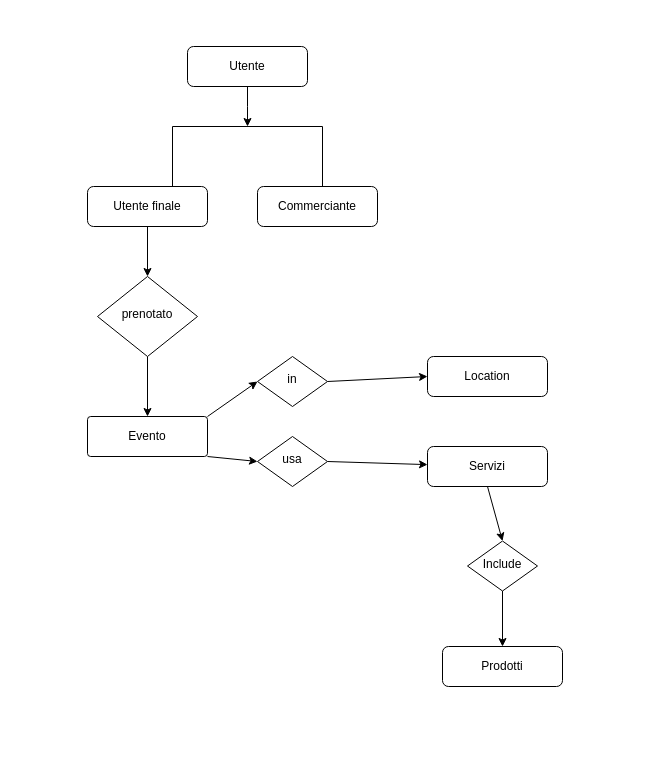
This is Untitled Diagram.drawio from denrotaru23/Elaborato-Esame-di-Stato-2021, a draw.io file, before an edit. Source tidied: cells renumbered, new cells numbered last; positions are measured from the earlier drawing's top-left corner, leaving out a move shared by most shapes. Both pictures are drawn from the tidied source at 100%, with x=0, y=0 at pixel (87, 46).
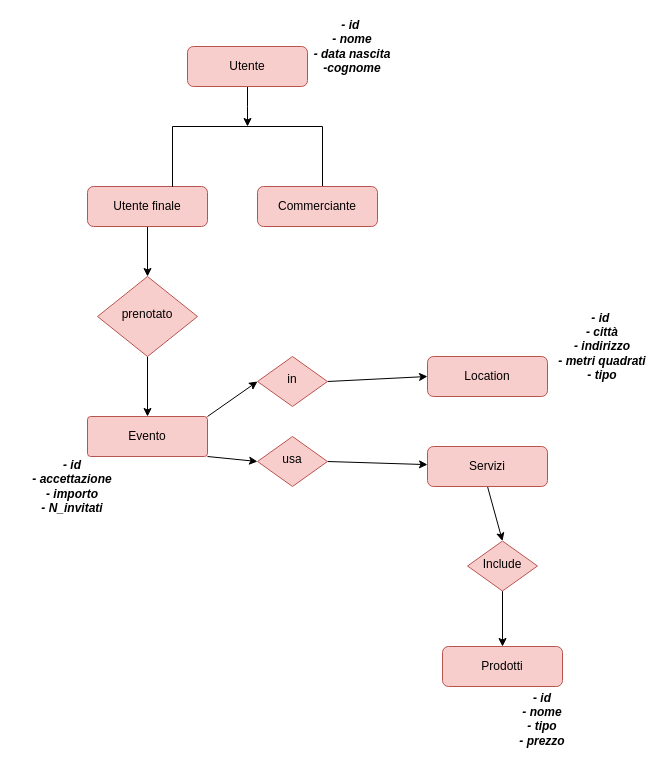
After the change.

Change to the diagram source:
```diff
@@
-    <mxCell id="3" value="Utente" style="rounded=1;whiteSpace=wrap;html=1;fontSize=12;glass=0;strokeWidth=1;shadow=0;" parent="1" vertex="1">
+    <mxCell id="3" value="Utente" style="rounded=1;whiteSpace=wrap;html=1;fontSize=12;glass=0;strokeWidth=1;shadow=0;fillColor=#f8cecc;strokeColor=#b85450;" parent="1" vertex="1">
       <mxGeometry x="100" width="120" height="40" as="geometry" />
     </mxCell>
@@
-    <mxCell id="5" value="in" style="rhombus;whiteSpace=wrap;html=1;shadow=0;fontFamily=Helvetica;fontSize=12;align=center;strokeWidth=1;spacing=6;spacingTop=-4;" parent="1" vertex="1">
+    <mxCell id="5" value="in" style="rhombus;whiteSpace=wrap;html=1;shadow=0;fontFamily=Helvetica;fontSize=12;align=center;strokeWidth=1;spacing=6;spacingTop=-4;fillColor=#f8cecc;strokeColor=#b85450;" parent="1" vertex="1">
       <mxGeometry x="170" y="310" width="70" height="50" as="geometry" />
     </mxCell>
@@
-    <mxCell id="7" value="Utente finale" style="rounded=1;whiteSpace=wrap;html=1;fontSize=12;glass=0;strokeWidth=1;shadow=0;" parent="1" vertex="1">
+    <mxCell id="7" value="Utente finale" style="rounded=1;whiteSpace=wrap;html=1;fontSize=12;glass=0;strokeWidth=1;shadow=0;fillColor=#f8cecc;strokeColor=#b85450;" parent="1" vertex="1">
       <mxGeometry y="140" width="120" height="40" as="geometry" />
     </mxCell>
@@
-    <mxCell id="9" value="prenotato" style="rhombus;whiteSpace=wrap;html=1;shadow=0;fontFamily=Helvetica;fontSize=12;align=center;strokeWidth=1;spacing=6;spacingTop=-4;" parent="1" vertex="1">
+    <mxCell id="9" value="prenotato" style="rhombus;whiteSpace=wrap;html=1;shadow=0;fontFamily=Helvetica;fontSize=12;align=center;strokeWidth=1;spacing=6;spacingTop=-4;fillColor=#f8cecc;strokeColor=#b85450;" parent="1" vertex="1">
       <mxGeometry x="10" y="230" width="100" height="80" as="geometry" />
     </mxCell>
@@
-    <mxCell id="12" value="Evento" style="rounded=1;whiteSpace=wrap;html=1;fontSize=12;glass=0;strokeWidth=1;shadow=0;arcSize=8;" parent="1" vertex="1">
+    <mxCell id="12" value="Evento" style="rounded=1;whiteSpace=wrap;html=1;fontSize=12;glass=0;strokeWidth=1;shadow=0;arcSize=8;fillColor=#f8cecc;strokeColor=#b85450;" parent="1" vertex="1">
       <mxGeometry y="370" width="120" height="40" as="geometry" />
     </mxCell>
-    <mxCell id="13" value="Location" style="rounded=1;whiteSpace=wrap;html=1;fontSize=12;glass=0;strokeWidth=1;shadow=0;" parent="1" vertex="1">
+    <mxCell id="13" value="Location" style="rounded=1;whiteSpace=wrap;html=1;fontSize=12;glass=0;strokeWidth=1;shadow=0;fillColor=#f8cecc;strokeColor=#b85450;" parent="1" vertex="1">
       <mxGeometry x="340" y="310" width="120" height="40" as="geometry" />
     </mxCell>
@@
-    <mxCell id="15" value="Commerciante" style="rounded=1;whiteSpace=wrap;html=1;fontSize=12;glass=0;strokeWidth=1;shadow=0;" parent="1" vertex="1">
+    <mxCell id="15" value="Commerciante" style="rounded=1;whiteSpace=wrap;html=1;fontSize=12;glass=0;strokeWidth=1;shadow=0;fillColor=#f8cecc;strokeColor=#b85450;" parent="1" vertex="1">
       <mxGeometry x="170" y="140" width="120" height="40" as="geometry" />
     </mxCell>
@@
-    <mxCell id="17" value="usa" style="rhombus;whiteSpace=wrap;html=1;shadow=0;fontFamily=Helvetica;fontSize=12;align=center;strokeWidth=1;spacing=6;spacingTop=-4;" parent="1" vertex="1">
+    <mxCell id="17" value="usa" style="rhombus;whiteSpace=wrap;html=1;shadow=0;fontFamily=Helvetica;fontSize=12;align=center;strokeWidth=1;spacing=6;spacingTop=-4;fillColor=#f8cecc;strokeColor=#b85450;" parent="1" vertex="1">
       <mxGeometry x="170" y="390" width="70" height="50" as="geometry" />
     </mxCell>
@@
-    <mxCell id="19" value="Servizi" style="rounded=1;whiteSpace=wrap;html=1;fontSize=12;glass=0;strokeWidth=1;shadow=0;" parent="1" vertex="1">
+    <mxCell id="19" value="Servizi" style="rounded=1;whiteSpace=wrap;html=1;fontSize=12;glass=0;strokeWidth=1;shadow=0;fillColor=#f8cecc;strokeColor=#b85450;" parent="1" vertex="1">
       <mxGeometry x="340" y="400" width="120" height="40" as="geometry" />
     </mxCell>
@@
-    <mxCell id="21" value="Include" style="rhombus;whiteSpace=wrap;html=1;shadow=0;fontFamily=Helvetica;fontSize=12;align=center;strokeWidth=1;spacing=6;spacingTop=-4;" parent="1" vertex="1">
+    <mxCell id="21" value="Include" style="rhombus;whiteSpace=wrap;html=1;shadow=0;fontFamily=Helvetica;fontSize=12;align=center;strokeWidth=1;spacing=6;spacingTop=-4;fillColor=#f8cecc;strokeColor=#b85450;" parent="1" vertex="1">
       <mxGeometry x="380" y="494.5" width="70" height="50" as="geometry" />
     </mxCell>
-    <mxCell id="22" value="Prodotti" style="rounded=1;whiteSpace=wrap;html=1;fontSize=12;glass=0;strokeWidth=1;shadow=0;" parent="1" vertex="1">
+    <mxCell id="22" value="Prodotti" style="rounded=1;whiteSpace=wrap;html=1;fontSize=12;glass=0;strokeWidth=1;shadow=0;fillColor=#f8cecc;strokeColor=#b85450;" parent="1" vertex="1">
       <mxGeometry x="355" y="600" width="120" height="40" as="geometry" />
     </mxCell>
+    <mxCell id="23" value="&lt;b&gt;&lt;i&gt;- id&lt;br&gt;- nome&lt;br&gt;- tipo&lt;br&gt;- prezzo&lt;br&gt;&lt;br&gt;&lt;/i&gt;&lt;/b&gt;" style="text;html=1;strokeColor=none;fillColor=none;align=center;verticalAlign=middle;whiteSpace=wrap;rounded=0;" parent="1" vertex="1">
+      <mxGeometry x="350" y="670" width="210" height="20" as="geometry" />
+    </mxCell>
+    <mxCell id="24" value="- id&amp;nbsp;&lt;br&gt;- nome&lt;br&gt;- data nascita&lt;br&gt;-cognome" style="text;html=1;strokeColor=none;fillColor=none;align=center;verticalAlign=middle;whiteSpace=wrap;rounded=0;fontStyle=3;" parent="1" vertex="1">
+      <mxGeometry x="210" y="-10" width="110" height="20" as="geometry" />
+    </mxCell>
+    <mxCell id="25" value="&lt;b&gt;&lt;i&gt;- id&amp;nbsp;&lt;br&gt;- città&lt;br&gt;- indirizzo&lt;br&gt;- metri quadrati&lt;br&gt;- tipo&lt;br&gt;&lt;/i&gt;&lt;/b&gt;" style="text;html=1;strokeColor=none;fillColor=none;align=center;verticalAlign=middle;whiteSpace=wrap;rounded=0;" parent="1" vertex="1">
+      <mxGeometry x="470" y="290" width="90" height="20" as="geometry" />
+    </mxCell>
+    <mxCell id="26" style="edgeStyle=none;rounded=0;orthogonalLoop=1;jettySize=auto;html=1;exitX=0.5;exitY=1;exitDx=0;exitDy=0;" parent="1" edge="1" source="25" target="25">
+      <mxGeometry relative="1" as="geometry" />
+    </mxCell>
+    <mxCell id="27" value="&lt;b&gt;&lt;i&gt;- id&lt;br&gt;- accettazione&lt;br&gt;- importo&lt;br&gt;- N_invitati&lt;br&gt;&lt;/i&gt;&lt;/b&gt;" style="text;html=1;strokeColor=none;fillColor=none;align=center;verticalAlign=middle;whiteSpace=wrap;rounded=0;" parent="1" vertex="1">
+      <mxGeometry x="-70" y="430" width="110" height="20" as="geometry" />
+    </mxCell>
+    <mxCell id="28" style="edgeStyle=none;rounded=0;orthogonalLoop=1;jettySize=auto;html=1;exitX=0.5;exitY=1;exitDx=0;exitDy=0;" parent="1" edge="1" source="27" target="27">
+      <mxGeometry relative="1" as="geometry" />
+    </mxCell>
+    <mxCell id="29" style="edgeStyle=none;rounded=0;orthogonalLoop=1;jettySize=auto;html=1;exitX=0.5;exitY=0;exitDx=0;exitDy=0;" parent="1" edge="1" source="25" target="25">
+      <mxGeometry relative="1" as="geometry" />
+    </mxCell>
```
